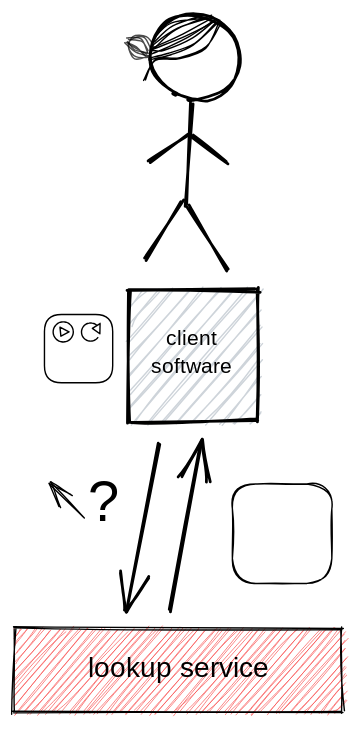
tkuhn/knowledge-space keeps this Excalidraw diagram as images/retrieving.svg. Above is the earlier version. Source tidied: one line per element, renumbered; positions are measured from the earlier drawing's top-left corner, leaving out a move shared by most shapes.
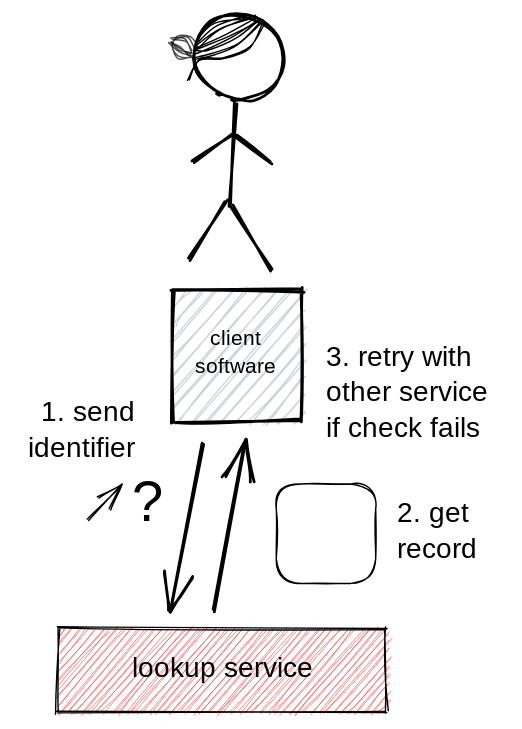
Above is the later version.

What changed in the source:
```diff
@@ -18,15 +18,12 @@
 {"id": 17, "type": "line", "strokeColor": "#000000", "strokeWidth": 1, "roughness": 1, "opacity": 70, "x": 81, "y": 18, "width": 13, "height": 8, "points": [[0, 0], [9, 1], [13, 8]]}
 {"id": 18, "type": "line", "strokeColor": "#000000", "strokeWidth": 1, "roughness": 1, "opacity": 70, "x": 81, "y": 20, "width": 13, "height": 8, "points": [[0, 0], [6, 4], [13, 8]]}
 {"id": 19, "type": "arrow", "strokeColor": "#000000", "strokeWidth": 2, "roughness": 1, "endArrowhead": "arrow", "from": 26, "to": 1, "x": 103, "y": 306, "width": 24, "height": 119, "points": [[0, 0], [-24, 119]]}
-{"id": 20, "type": "rectangle", "strokeColor": "#000000", "backgroundColor": "#ffffff", "fillStyle": "solid", "strokeWidth": 1, "roughness": 0, "x": 22, "y": 214, "width": 49, "height": 49}
-{"id": 21, "type": "ellipse", "strokeColor": "#000000", "backgroundColor": "#fff", "fillStyle": "solid", "strokeWidth": 1, "roughness": 0, "x": 28, "y": 219, "width": 14, "height": 14}
-{"id": 22, "type": "line", "strokeColor": "#000000", "backgroundColor": "#fff", "fillStyle": "solid", "strokeWidth": 1, "roughness": 0, "x": 33, "y": 223, "width": 6, "height": 6, "points": [[0, 0], [1, 6], [6, 3], [0, 0]]}
-{"id": 23, "type": "ellipse", "strokeColor": "#000000", "strokeWidth": 1, "roughness": 0, "x": 48, "y": 220, "width": 13, "height": 13}
-{"id": 24, "type": "ellipse", "strokeColor": "transparent", "backgroundColor": "#ffffff", "fillStyle": "solid", "strokeWidth": 1, "roughness": 0, "x": 58, "y": 223, "width": 8, "height": 8}
-{"id": 25, "type": "line", "strokeColor": "#000000", "angle": 1.11, "backgroundColor": "#fff", "fillStyle": "solid", "strokeWidth": 1, "roughness": 0, "x": 57, "y": 222, "width": 6, "height": 6, "points": [[0, 0], [1, 6], [6, 3], [0, 0]]}
 {"id": 26, "type": "rectangle", "strokeColor": "#000000", "backgroundColor": "#ced4da", "fillStyle": "hachure", "strokeWidth": 2, "roughness": 1, "x": 82, "y": 197, "width": 92, "height": 94}
 {"id": 27, "type": "text", "text": "client\nsoftware", "strokeColor": "#000000", "backgroundColor": "#ced4da", "fillStyle": "hachure", "strokeWidth": 2, "roughness": 1, "fontSize": 15.0, "fontFamily": 1, "textAlign": "center", "verticalAlign": "middle", "x": 94, "y": 222, "width": 66, "height": 40}
 {"id": 28, "type": "arrow", "strokeColor": "#000000", "strokeWidth": 2, "roughness": 1, "startArrowhead": "arrow", "from": 26, "to": 1, "x": 133, "y": 305, "width": 22, "height": 121, "points": [[0, 0], [-22, 121]]}
 {"id": 29, "type": "text", "text": "?", "strokeColor": "#000000", "backgroundColor": "#12b886", "fillStyle": "hachure", "strokeWidth": 1, "strokeStyle": "dotted", "roughness": 0, "fontSize": 40.0, "fontFamily": 1, "x": 53, "y": 325, "width": 20, "height": 52}
-{"id": 30, "type": "arrow", "strokeColor": "#000000", "strokeWidth": 1, "roughness": 1, "endArrowhead": "arrow", "from": 29, "x": 49, "y": 359, "width": 24, "height": 26, "points": [[0, 0], [-24, -26]]}
+{"id": 30, "type": "arrow", "strokeColor": "#000000", "strokeWidth": 1, "roughness": 1, "endArrowhead": "arrow", "to": 29, "x": 21, "y": 361, "width": 24, "height": 26, "points": [[0, 0], [24, -26]]}
 {"id": 31, "type": "rectangle", "strokeColor": "#000000", "backgroundColor": "#ffffff", "fillStyle": "solid", "strokeWidth": 1, "roughness": 1, "x": 156, "y": 335, "width": 71, "height": 71}
+{"id": 32, "type": "text", "text": "1. send\nidentifier", "strokeColor": "#000000", "strokeWidth": 1, "roughness": 1, "fontSize": 20, "fontFamily": 1, "textAlign": "right", "x": -31, "y": 273, "width": 86, "height": 51}
+{"id": 33, "type": "text", "text": "2. get\nrecord", "strokeColor": "#000000", "strokeWidth": 1, "roughness": 1, "fontSize": 20, "fontFamily": 1, "x": 242, "y": 345, "width": 62, "height": 51}
+{"id": 34, "type": "text", "text": "3. retry with\nother service\nif check fails", "strokeColor": "#000000", "strokeWidth": 1, "roughness": 1, "fontSize": 20, "fontFamily": 1, "x": 191, "y": 232, "width": 130, "height": 76}
```
